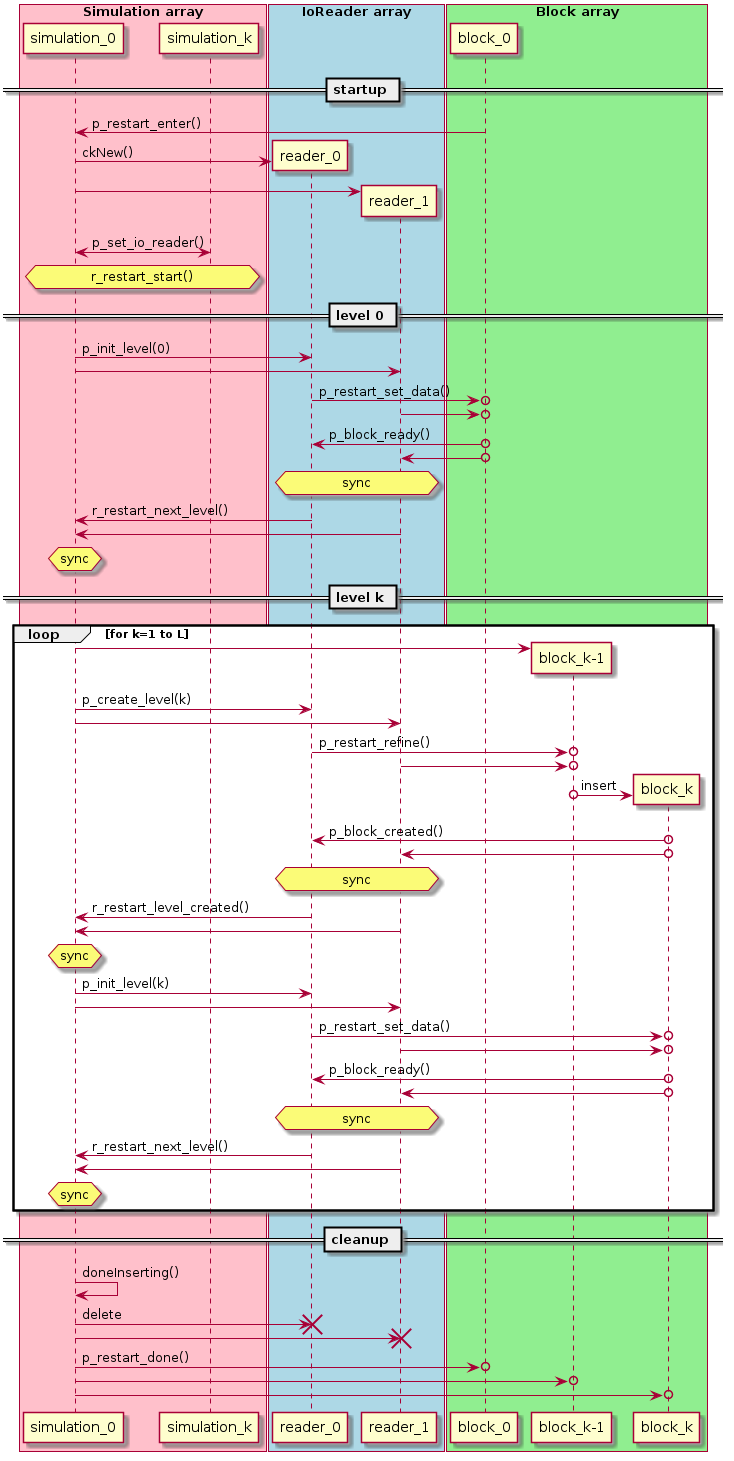
Above: doc/source/design/io-read.png in enzo-project/enzo-e (PlantUML), before the change.
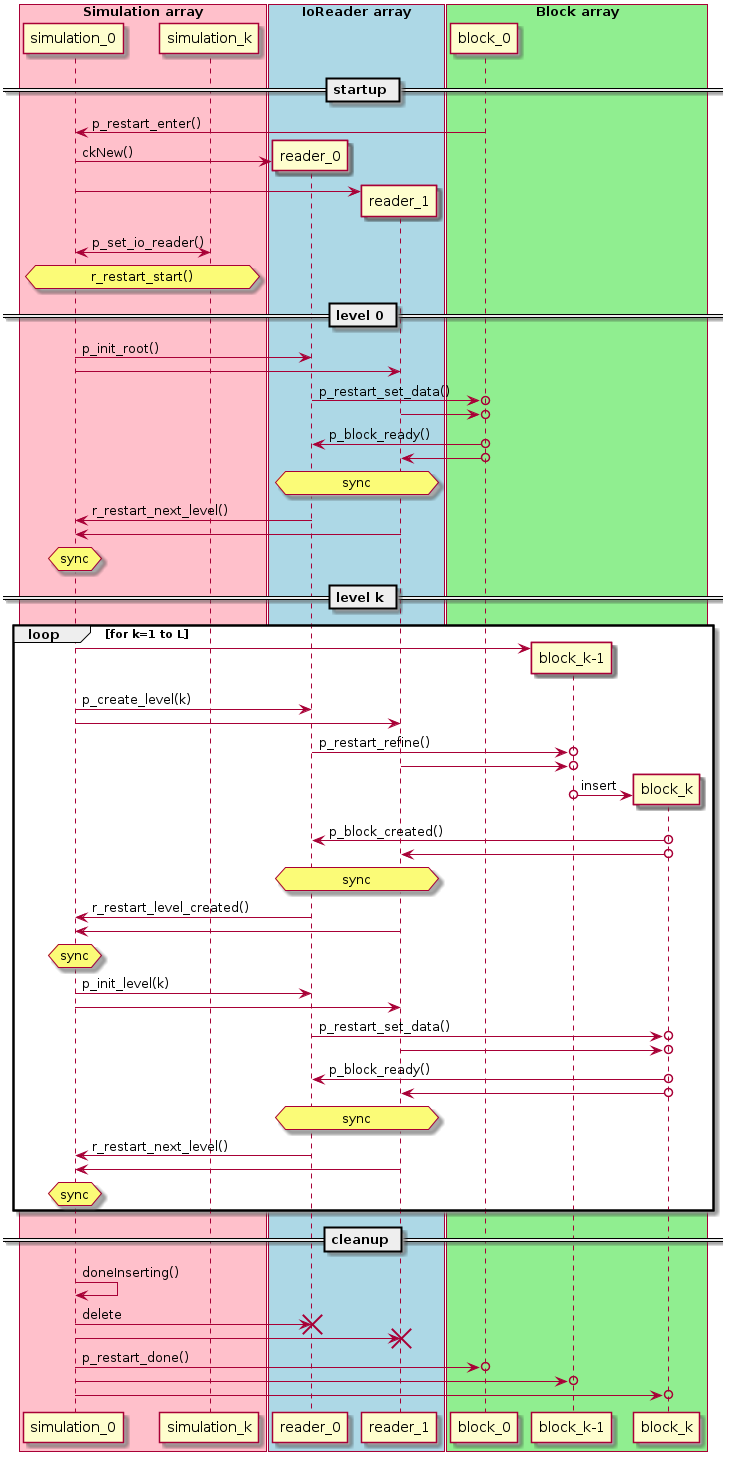
Later version of the same file.

Diff of the diagram source:
```diff
@@ -26,7 +26,7 @@
 
 == level 0 ==
 
-s0 -> r0 : p_init_level(0)
+s0 -> r0 : p_init_root()
 s0 -> r1
 r0 ->o b0 : p_restart_set_data()
 r1 ->o b0
```
